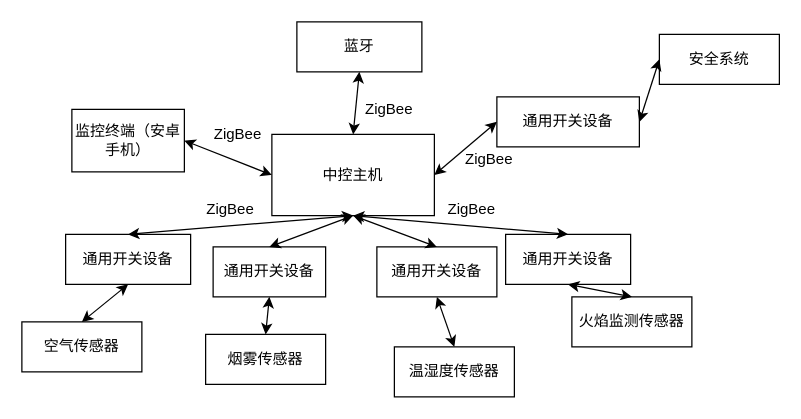
This is Untitled Diagram.drawio from WalterJ726/learngit, a draw.io file, before an edit. Source tidied: cells renumbered, new cells numbered last; positions are measured from the earlier drawing's top-left corner, leaving out a move shared by most shapes. Both pictures are drawn from the tidied source at 125%, with x=0, y=0 at pixel (21, 21).
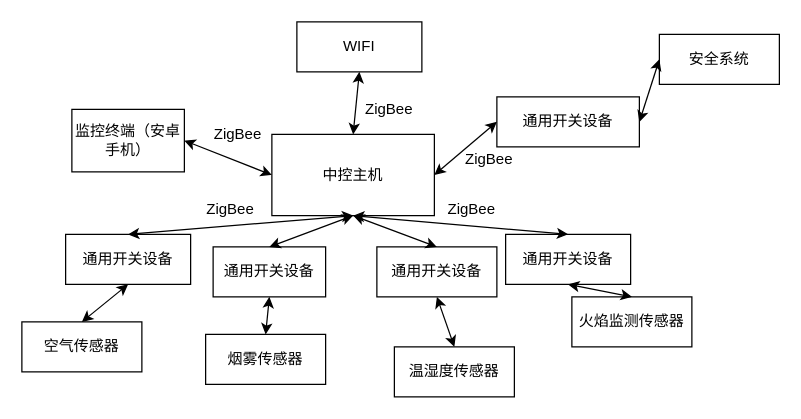
After the change.

The edit, as a diff of the source:
```diff
@@
-    <mxCell id="4" value="蓝牙" style="rounded=0;whiteSpace=wrap;html=1;" parent="1" vertex="1">
+    <mxCell id="4" value="WIFI" style="rounded=0;whiteSpace=wrap;html=1;" parent="1" vertex="1">
       <mxGeometry x="220" width="100" height="40" as="geometry" />
     </mxCell>
```
